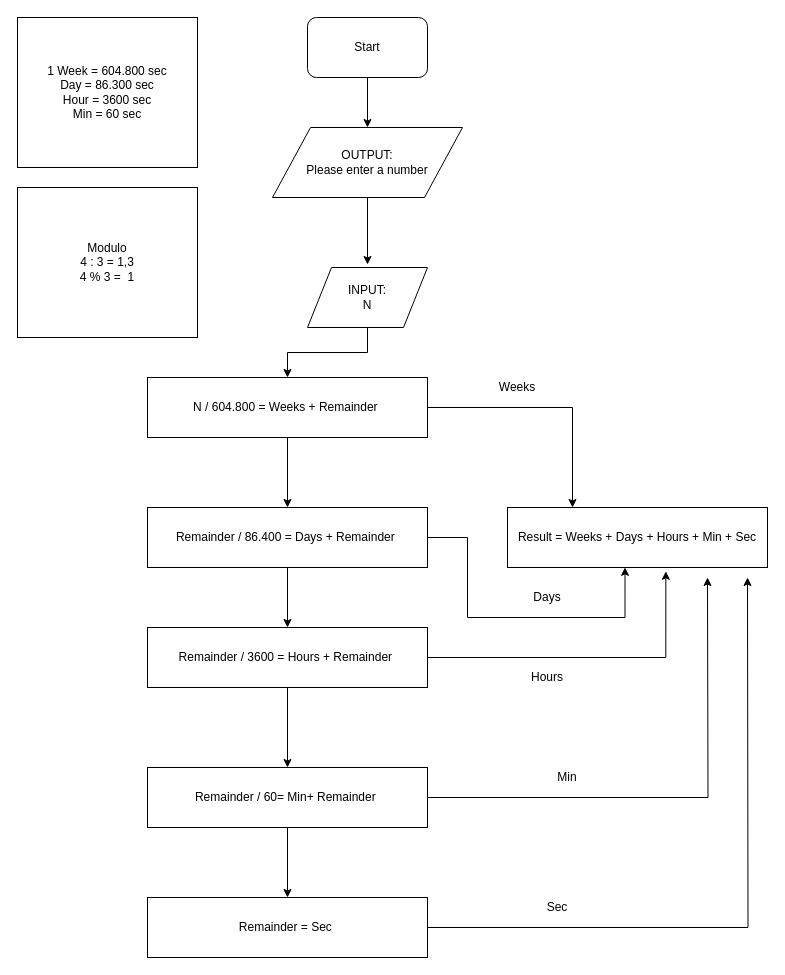
Earlier version of the draw.io diagram Ex2_Intermediate-TimeCalc/TimeCalc.drawio (erichkiss/FE21-Algorithms-Kiss-Obermayer). Source tidied: cells renumbered, new cells numbered last; positions are measured from the earlier drawing's top-left corner, leaving out a move shared by most shapes. Both pictures are drawn from the tidied source at 100%, with x=0, y=0 at pixel (17, 17).
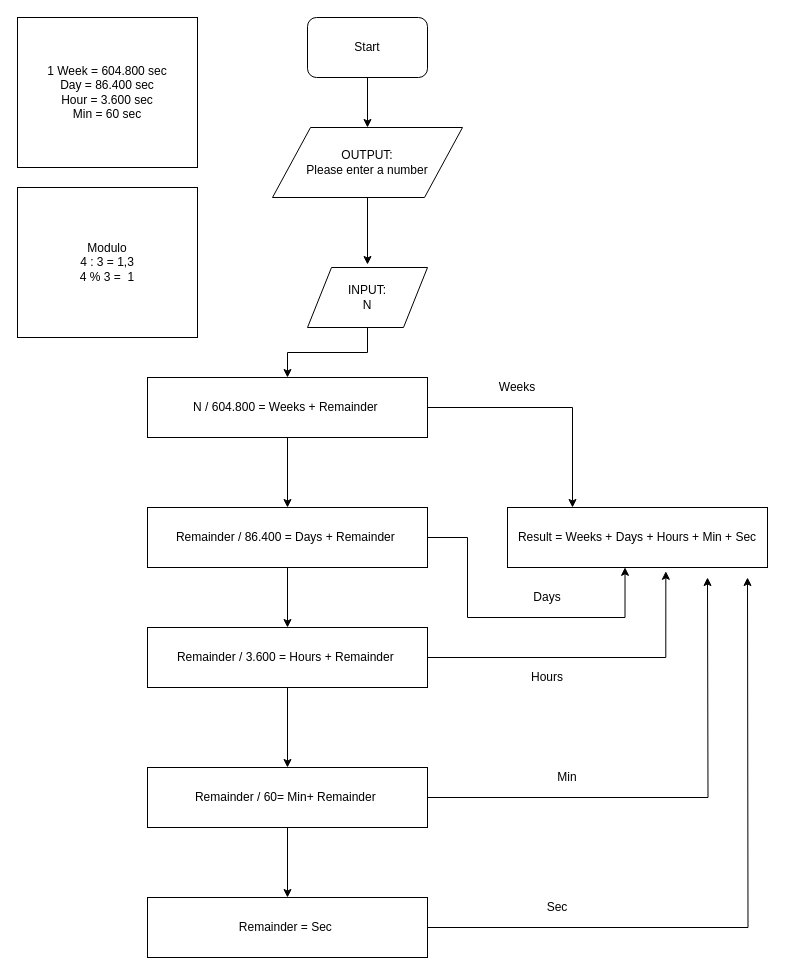
After the change.

Commit message (it also covers changes not shown here):
fix: ex2 intermediate timeCalc, corrected seconds per day

Change to the diagram source:
```diff
@@
-    <mxCell id="8" value="1 Week = 604.800 sec&lt;br&gt;Day = 86.300 sec&lt;br&gt;Hour = 3600 sec&lt;br&gt;Min = 60 sec" style="rounded=0;whiteSpace=wrap;html=1;" parent="1" vertex="1">
+    <mxCell id="8" value="1 Week = 604.800 sec&lt;br&gt;Day = 86.400 sec&lt;br&gt;Hour = 3.600 sec&lt;br&gt;Min = 60 sec" style="rounded=0;whiteSpace=wrap;html=1;" parent="1" vertex="1">
       <mxGeometry width="180" height="150" as="geometry" />
     </mxCell>
@@
-    <mxCell id="17" value="Remainder / 3600 = Hours + Remainder&amp;nbsp;" style="rounded=0;whiteSpace=wrap;html=1;" parent="1" vertex="1">
+    <mxCell id="17" value="Remainder / 3.600 = Hours + Remainder&amp;nbsp;" style="rounded=0;whiteSpace=wrap;html=1;" parent="1" vertex="1">
       <mxGeometry x="130" y="610" width="280" height="60" as="geometry" />
     </mxCell>
```
